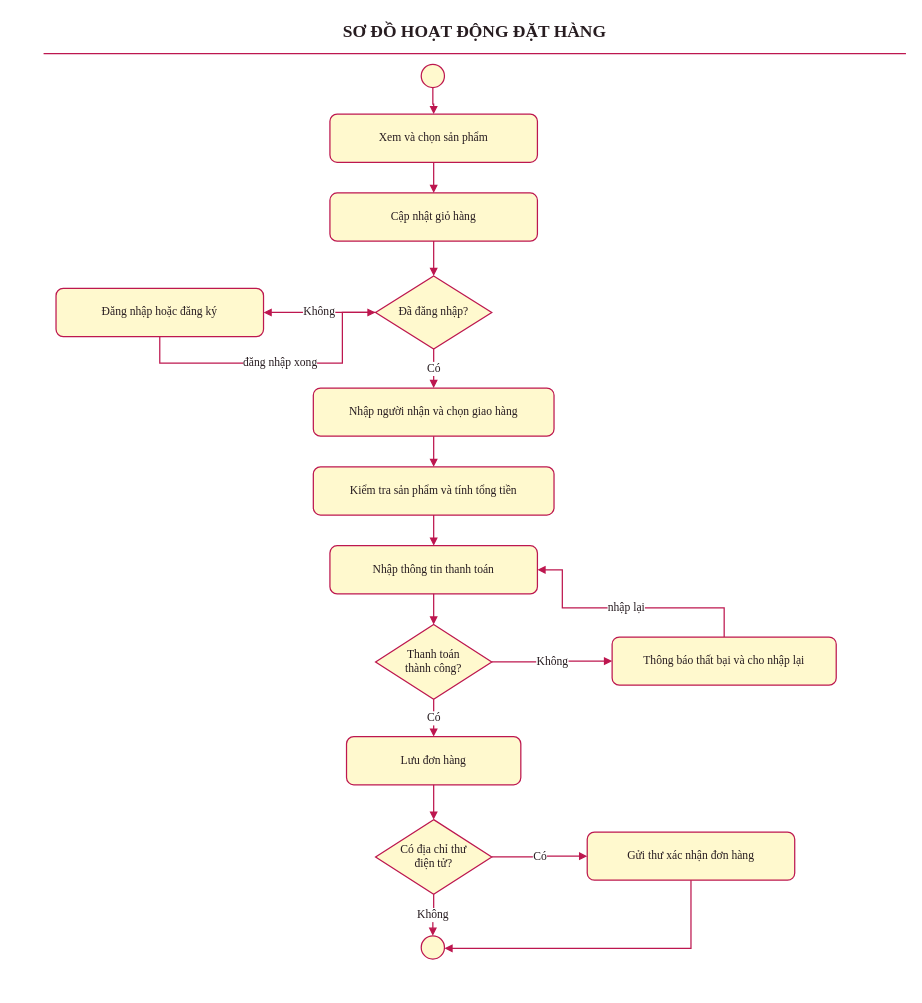
Above: page "04 Hoạt động đặt hàng" (4 of 6) of LAB_AT_OOSD/LAB04/ThietKe/PhamMInhGiang-12DHCNPM1-ThietKeLab04.drawio in 1250080044-PhamMinhGiang-12DHCNPM1/OOP-Lab (draw.io), before the change. Source tidied: cells renumbered, new cells numbered last; positions are measured from the earlier drawing's top-left corner, leaving out a move shared by most shapes. Both pictures are drawn from the tidied source at 83%, with x=0, y=0 at pixel (43, 14).
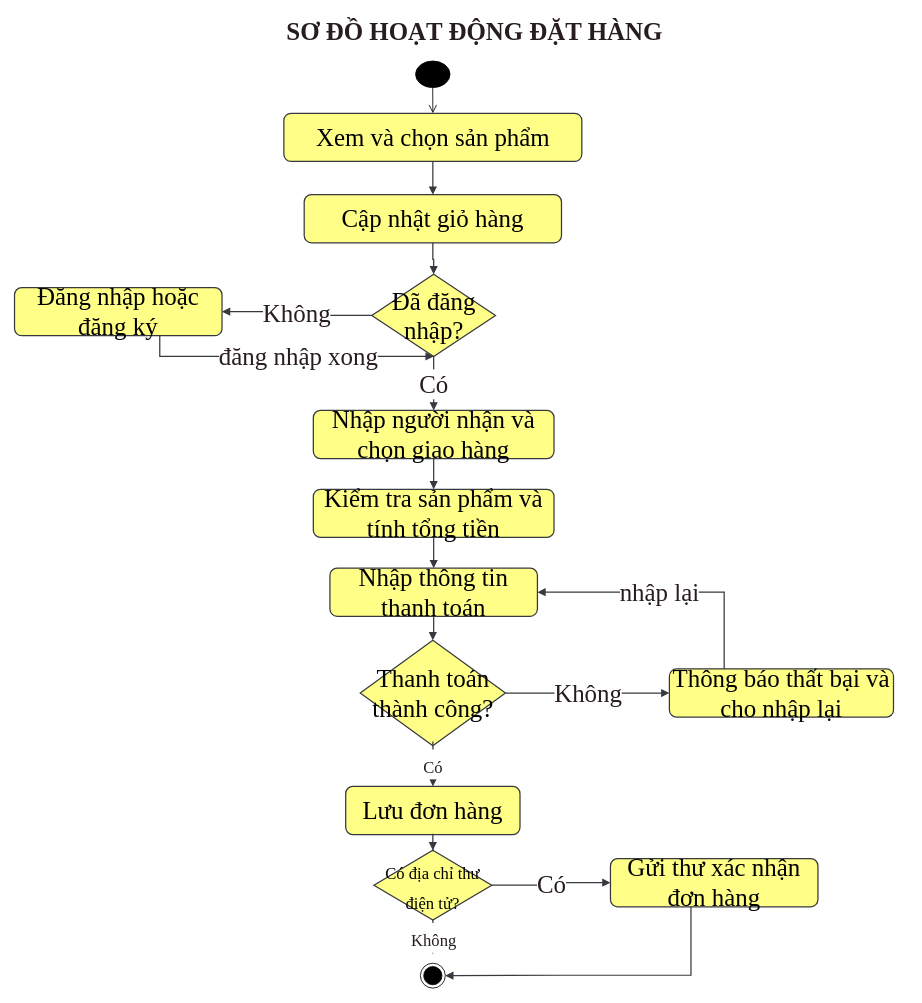
The same diagram, later.

Diff of the diagram source:
```diff
@@
-    <mxCell id="2" value="SƠ ĐỒ HOẠT ĐỘNG ĐẶT HÀNG" style="text;html=1;align=center;verticalAlign=middle;fontSize=21;fontStyle=1;fontFamily=Times New Roman;fontColor=#271C20;fillColor=none;strokeColor=none;" parent="1" vertex="1">
+    <mxCell id="2" value="SƠ ĐỒ HOẠT ĐỘNG ĐẶT HÀNG" style="text;html=1;align=center;verticalAlign=middle;fontSize=30;fontStyle=1;fontFamily=Times New Roman;fontColor=#271C20;fillColor=none;strokeColor=none;" parent="1" vertex="1">
       <mxGeometry x="239" width="560" height="40" as="geometry" />
     </mxCell>
-    <mxCell id="3" style="ellipse;html=1;fillColor=#FFF9CE;strokeColor=#BD174F;fontSize=14;fontFamily=Times New Roman;fontColor=#271C20;strokeWidth=1.5;" parent="1" vertex="1">
-      <mxGeometry x="455" y="60" width="28" height="28" as="geometry" />
-    </mxCell>
-    <mxCell id="4" value="Xem và chọn sản phẩm" style="rounded=1;whiteSpace=wrap;html=1;fillColor=#FFF9CE;strokeColor=#BD174F;fontSize=14;fontFamily=Times New Roman;fontColor=#271C20;strokeWidth=1.5;" parent="1" vertex="1">
-      <mxGeometry x="345" y="120" width="250" height="58" as="geometry" />
+    <mxCell id="4" value="Xem và chọn sản phẩm" style="rounded=1;whiteSpace=wrap;html=1;fontSize=30;fontFamily=Times New Roman;strokeWidth=1.5;fillColor=#ffff88;strokeColor=#36393d;" parent="1" vertex="1">
+      <mxGeometry x="289.5" y="119" width="359" height="58" as="geometry" />
     </mxCell>
-    <mxCell id="5" value="Cập nhật giỏ hàng" style="rounded=1;whiteSpace=wrap;html=1;fillColor=#FFF9CE;strokeColor=#BD174F;fontSize=14;fontFamily=Times New Roman;fontColor=#271C20;strokeWidth=1.5;" parent="1" vertex="1">
-      <mxGeometry x="345" y="215" width="250" height="58" as="geometry" />
+    <mxCell id="5" value="Cập nhật giỏ hàng" style="rounded=1;whiteSpace=wrap;html=1;fontSize=30;fontFamily=Times New Roman;strokeWidth=1.5;fillColor=#ffff88;strokeColor=#36393d;" parent="1" vertex="1">
+      <mxGeometry x="314" y="217" width="310" height="58" as="geometry" />
     </mxCell>
-    <mxCell id="6" value="Đã đăng nhập?" style="rhombus;whiteSpace=wrap;html=1;fillColor=#FFF9CE;strokeColor=#BD174F;fontSize=14;fontFamily=Times New Roman;fontColor=#271C20;strokeWidth=1.5;" parent="1" vertex="1">
-      <mxGeometry x="400" y="315" width="140" height="88" as="geometry" />
+    <mxCell id="6" value="Đã đăng nhập?" style="rhombus;whiteSpace=wrap;html=1;fontSize=30;fontFamily=Times New Roman;strokeWidth=1.5;fillColor=#ffff88;strokeColor=#36393d;" parent="1" vertex="1">
+      <mxGeometry x="395.5" y="313" width="149" height="99" as="geometry" />
     </mxCell>
-    <mxCell id="7" value="Đăng nhập hoặc đăng ký" style="rounded=1;whiteSpace=wrap;html=1;fillColor=#FFF9CE;strokeColor=#BD174F;fontSize=14;fontFamily=Times New Roman;fontColor=#271C20;strokeWidth=1.5;" parent="1" vertex="1">
-      <mxGeometry x="15" y="330" width="250" height="58" as="geometry" />
+    <mxCell id="7" value="Đăng nhập hoặc đăng ký" style="rounded=1;whiteSpace=wrap;html=1;fontSize=30;fontFamily=Times New Roman;strokeWidth=1.5;fillColor=#ffff88;strokeColor=#36393d;" parent="1" vertex="1">
+      <mxGeometry x="-35" y="329" width="250" height="58" as="geometry" />
     </mxCell>
-    <mxCell id="8" value="Nhập người nhận và chọn giao hàng" style="rounded=1;whiteSpace=wrap;html=1;fillColor=#FFF9CE;strokeColor=#BD174F;fontSize=14;fontFamily=Times New Roman;fontColor=#271C20;strokeWidth=1.5;" parent="1" vertex="1">
-      <mxGeometry x="325" y="450" width="290" height="58" as="geometry" />
+    <mxCell id="8" value="Nhập người nhận và chọn giao hàng" style="rounded=1;whiteSpace=wrap;html=1;fontSize=30;fontFamily=Times New Roman;strokeWidth=1.5;fillColor=#ffff88;strokeColor=#36393d;" parent="1" vertex="1">
+      <mxGeometry x="325" y="477" width="290" height="58" as="geometry" />
     </mxCell>
-    <mxCell id="9" value="Kiểm tra sản phẩm và tính tổng tiền" style="rounded=1;whiteSpace=wrap;html=1;fillColor=#FFF9CE;strokeColor=#BD174F;fontSize=14;fontFamily=Times New Roman;fontColor=#271C20;strokeWidth=1.5;" parent="1" vertex="1">
-      <mxGeometry x="325" y="545" width="290" height="58" as="geometry" />
+    <mxCell id="9" value="Kiểm tra sản phẩm và tính tổng tiền" style="rounded=1;whiteSpace=wrap;html=1;fontSize=30;fontFamily=Times New Roman;strokeWidth=1.5;fillColor=#ffff88;strokeColor=#36393d;" parent="1" vertex="1">
+      <mxGeometry x="325" y="572" width="290" height="58" as="geometry" />
     </mxCell>
-    <mxCell id="10" value="Nhập thông tin thanh toán" style="rounded=1;whiteSpace=wrap;html=1;fillColor=#FFF9CE;strokeColor=#BD174F;fontSize=14;fontFamily=Times New Roman;fontColor=#271C20;strokeWidth=1.5;" parent="1" vertex="1">
-      <mxGeometry x="345" y="640" width="250" height="58" as="geometry" />
+    <mxCell id="10" value="Nhập thông tin thanh toán" style="rounded=1;whiteSpace=wrap;html=1;fontSize=30;fontFamily=Times New Roman;strokeWidth=1.5;fillColor=#ffff88;strokeColor=#36393d;" parent="1" vertex="1">
+      <mxGeometry x="345" y="667" width="250" height="58" as="geometry" />
     </mxCell>
-    <mxCell id="11" value="Thanh toán&#10;thành công?" style="rhombus;whiteSpace=wrap;html=1;fillColor=#FFF9CE;strokeColor=#BD174F;fontSize=14;fontFamily=Times New Roman;fontColor=#271C20;strokeWidth=1.5;" parent="1" vertex="1">
-      <mxGeometry x="400" y="735" width="140" height="90" as="geometry" />
+    <mxCell id="11" value="Thanh toán&#10;thành công?" style="rhombus;whiteSpace=wrap;html=1;fontSize=30;fontFamily=Times New Roman;strokeWidth=1.5;fillColor=#ffff88;strokeColor=#36393d;" parent="1" vertex="1">
+      <mxGeometry x="381.5" y="754" width="175" height="127" as="geometry" />
     </mxCell>
-    <mxCell id="12" value="Thông báo thất bại và cho nhập lại" style="rounded=1;whiteSpace=wrap;html=1;fillColor=#FFF9CE;strokeColor=#BD174F;fontSize=14;fontFamily=Times New Roman;fontColor=#271C20;strokeWidth=1.5;" parent="1" vertex="1">
-      <mxGeometry x="685" y="750" width="270" height="58" as="geometry" />
+    <mxCell id="12" value="Thông báo thất bại và cho nhập lại" style="rounded=1;whiteSpace=wrap;html=1;fontSize=30;fontFamily=Times New Roman;strokeWidth=1.5;fillColor=#ffff88;strokeColor=#36393d;" parent="1" vertex="1">
+      <mxGeometry x="754" y="788.5" width="270" height="58" as="geometry" />
     </mxCell>
-    <mxCell id="13" value="Lưu đơn hàng" style="rounded=1;whiteSpace=wrap;html=1;fillColor=#FFF9CE;strokeColor=#BD174F;fontSize=14;fontFamily=Times New Roman;fontColor=#271C20;strokeWidth=1.5;" parent="1" vertex="1">
-      <mxGeometry x="365" y="870" width="210" height="58" as="geometry" />
+    <mxCell id="13" value="Lưu đơn hàng" style="rounded=1;whiteSpace=wrap;html=1;fontSize=30;fontFamily=Times New Roman;strokeWidth=1.5;fillColor=#ffff88;strokeColor=#36393d;" parent="1" vertex="1">
+      <mxGeometry x="364" y="930" width="210" height="58" as="geometry" />
     </mxCell>
-    <mxCell id="14" value="Có địa chỉ thư&#10;điện tử?" style="rhombus;whiteSpace=wrap;html=1;fillColor=#FFF9CE;strokeColor=#BD174F;fontSize=14;fontFamily=Times New Roman;fontColor=#271C20;strokeWidth=1.5;" parent="1" vertex="1">
-      <mxGeometry x="400" y="970" width="140" height="90" as="geometry" />
+    <mxCell id="14" value="&lt;font style=&quot;font-size: 20px;&quot;&gt;Có địa chỉ thư&lt;br&gt;điện tử?&lt;/font&gt;" style="rhombus;whiteSpace=wrap;html=1;fontSize=30;fontFamily=Times New Roman;strokeWidth=1.5;fillColor=#ffff88;strokeColor=#36393d;" parent="1" vertex="1">
+      <mxGeometry x="398" y="1007" width="142" height="84" as="geometry" />
     </mxCell>
-    <mxCell id="15" value="Gửi thư xác nhận đơn hàng" style="rounded=1;whiteSpace=wrap;html=1;fillColor=#FFF9CE;strokeColor=#BD174F;fontSize=14;fontFamily=Times New Roman;fontColor=#271C20;strokeWidth=1.5;" parent="1" vertex="1">
-      <mxGeometry x="655" y="985" width="250" height="58" as="geometry" />
+    <mxCell id="15" value="Gửi thư xác nhận đơn hàng" style="rounded=1;whiteSpace=wrap;html=1;fontSize=30;fontFamily=Times New Roman;strokeWidth=1.5;fillColor=#ffff88;strokeColor=#36393d;" parent="1" vertex="1">
+      <mxGeometry x="683" y="1017" width="250" height="58" as="geometry" />
     </mxCell>
-    <mxCell id="16" style="ellipse;html=1;fillColor=#FFF9CE;strokeColor=#BD174F;fontSize=14;fontFamily=Times New Roman;fontColor=#271C20;strokeWidth=1.5;" parent="1" vertex="1">
-      <mxGeometry x="455" y="1110" width="28" height="28" as="geometry" />
-    </mxCell>
-    <mxCell id="17" style="edgeStyle=orthogonalEdgeStyle;rounded=0;jettySize=auto;html=1;endArrow=block;endFill=1;fontSize=14;strokeColor=#BD174F;strokeWidth=1.5;fontFamily=Times New Roman;fontColor=#271C20;labelBackgroundColor=#FFFFFF;" parent="1" edge="1" source="3" target="4">
-      <mxGeometry relative="1" as="geometry" />
-    </mxCell>
-    <mxCell id="18" style="edgeStyle=orthogonalEdgeStyle;rounded=0;jettySize=auto;html=1;endArrow=block;endFill=1;fontSize=14;strokeColor=#BD174F;strokeWidth=1.5;fontFamily=Times New Roman;fontColor=#271C20;labelBackgroundColor=#FFFFFF;" parent="1" edge="1" source="4" target="5">
+    <mxCell id="18" style="edgeStyle=orthogonalEdgeStyle;rounded=0;jettySize=auto;html=1;endArrow=block;endFill=1;fontSize=30;strokeWidth=1.5;fontFamily=Times New Roman;fontColor=#271C20;labelBackgroundColor=#FFFFFF;fillColor=#ffff88;strokeColor=#36393d;" parent="1" edge="1" source="4" target="5">
       <mxGeometry relative="1" as="geometry" />
     </mxCell>
-    <mxCell id="19" style="edgeStyle=orthogonalEdgeStyle;rounded=0;jettySize=auto;html=1;endArrow=block;endFill=1;fontSize=14;strokeColor=#BD174F;strokeWidth=1.5;fontFamily=Times New Roman;fontColor=#271C20;labelBackgroundColor=#FFFFFF;" parent="1" edge="1" source="5" target="6">
+    <mxCell id="19" style="edgeStyle=orthogonalEdgeStyle;rounded=0;jettySize=auto;html=1;endArrow=block;endFill=1;fontSize=30;strokeWidth=1.5;fontFamily=Times New Roman;fontColor=#271C20;labelBackgroundColor=#FFFFFF;fillColor=#ffff88;strokeColor=#36393d;" parent="1" edge="1" source="5" target="6">
       <mxGeometry relative="1" as="geometry" />
     </mxCell>
-    <mxCell id="20" value="Không" style="edgeStyle=orthogonalEdgeStyle;rounded=0;jettySize=auto;html=1;endArrow=block;endFill=1;labelBackgroundColor=#FFFFFF;fontSize=14;strokeColor=#BD174F;strokeWidth=1.5;fontFamily=Times New Roman;fontColor=#271C20;" parent="1" edge="1" source="6" target="7">
+    <mxCell id="20" value="Không" style="edgeStyle=orthogonalEdgeStyle;rounded=0;jettySize=auto;html=1;endArrow=block;endFill=1;labelBackgroundColor=#FFFFFF;fontSize=30;strokeWidth=1.5;fontFamily=Times New Roman;fontColor=#271C20;fillColor=#ffff88;strokeColor=#36393d;" parent="1" edge="1" source="6" target="7">
       <mxGeometry relative="1" as="geometry" />
     </mxCell>
-    <mxCell id="21" value="đăng nhập xong" style="edgeStyle=orthogonalEdgeStyle;rounded=0;jettySize=auto;html=1;endArrow=block;endFill=1;labelBackgroundColor=#FFFFFF;fontSize=14;strokeColor=#BD174F;strokeWidth=1.5;fontFamily=Times New Roman;fontColor=#271C20;" parent="1" edge="1" source="7" target="6">
-      <mxGeometry relative="1" as="geometry">
+    <mxCell id="21" value="đăng nhập xong" style="edgeStyle=orthogonalEdgeStyle;rounded=0;jettySize=auto;html=1;endArrow=block;endFill=1;labelBackgroundColor=#FFFFFF;fontSize=30;strokeWidth=1.5;fontFamily=Times New Roman;fontColor=#271C20;fillColor=#ffff88;strokeColor=#36393d;entryX=0.5;entryY=1;entryDx=0;entryDy=0;" parent="1" edge="1" source="7" target="6">
+      <mxGeometry x="0.08" relative="1" as="geometry">
         <Array as="points">
-          <mxPoint x="140" y="420" />
-          <mxPoint x="360" y="420" />
-          <mxPoint x="360" y="359" />
+          <mxPoint x="140" y="412" />
         </Array>
       </mxGeometry>
     </mxCell>
-    <mxCell id="22" value="Có" style="edgeStyle=orthogonalEdgeStyle;rounded=0;jettySize=auto;html=1;endArrow=block;endFill=1;labelBackgroundColor=#FFFFFF;fontSize=14;strokeColor=#BD174F;strokeWidth=1.5;fontFamily=Times New Roman;fontColor=#271C20;" parent="1" edge="1" source="6" target="8">
+    <mxCell id="22" value="Có" style="edgeStyle=orthogonalEdgeStyle;rounded=0;jettySize=auto;html=1;endArrow=block;endFill=1;labelBackgroundColor=#FFFFFF;fontSize=30;strokeWidth=1.5;fontFamily=Times New Roman;fontColor=#271C20;fillColor=#ffff88;strokeColor=#36393d;" parent="1" edge="1" source="6" target="8">
       <mxGeometry relative="1" as="geometry" />
     </mxCell>
-    <mxCell id="23" style="edgeStyle=orthogonalEdgeStyle;rounded=0;jettySize=auto;html=1;endArrow=block;endFill=1;fontSize=14;strokeColor=#BD174F;strokeWidth=1.5;fontFamily=Times New Roman;fontColor=#271C20;labelBackgroundColor=#FFFFFF;" parent="1" edge="1" source="8" target="9">
+    <mxCell id="23" style="edgeStyle=orthogonalEdgeStyle;rounded=0;jettySize=auto;html=1;endArrow=block;endFill=1;fontSize=30;strokeWidth=1.5;fontFamily=Times New Roman;fontColor=#271C20;labelBackgroundColor=#FFFFFF;fillColor=#ffff88;strokeColor=#36393d;" parent="1" edge="1" source="8" target="9">
       <mxGeometry relative="1" as="geometry" />
     </mxCell>
-    <mxCell id="24" style="edgeStyle=orthogonalEdgeStyle;rounded=0;jettySize=auto;html=1;endArrow=block;endFill=1;fontSize=14;strokeColor=#BD174F;strokeWidth=1.5;fontFamily=Times New Roman;fontColor=#271C20;labelBackgroundColor=#FFFFFF;" parent="1" edge="1" source="9" target="10">
+    <mxCell id="24" style="edgeStyle=orthogonalEdgeStyle;rounded=0;jettySize=auto;html=1;endArrow=block;endFill=1;fontSize=30;strokeWidth=1.5;fontFamily=Times New Roman;fontColor=#271C20;labelBackgroundColor=#FFFFFF;fillColor=#ffff88;strokeColor=#36393d;" parent="1" edge="1" source="9" target="10">
       <mxGeometry relative="1" as="geometry" />
     </mxCell>
-    <mxCell id="25" style="edgeStyle=orthogonalEdgeStyle;rounded=0;jettySize=auto;html=1;endArrow=block;endFill=1;fontSize=14;strokeColor=#BD174F;strokeWidth=1.5;fontFamily=Times New Roman;fontColor=#271C20;labelBackgroundColor=#FFFFFF;" parent="1" edge="1" source="10" target="11">
+    <mxCell id="25" style="edgeStyle=orthogonalEdgeStyle;rounded=0;jettySize=auto;html=1;endArrow=block;endFill=1;fontSize=30;strokeWidth=1.5;fontFamily=Times New Roman;fontColor=#271C20;labelBackgroundColor=#FFFFFF;fillColor=#ffff88;strokeColor=#36393d;" parent="1" edge="1" source="10" target="11">
       <mxGeometry relative="1" as="geometry" />
     </mxCell>
-    <mxCell id="26" value="Không" style="edgeStyle=orthogonalEdgeStyle;rounded=0;jettySize=auto;html=1;endArrow=block;endFill=1;labelBackgroundColor=#FFFFFF;fontSize=14;strokeColor=#BD174F;strokeWidth=1.5;fontFamily=Times New Roman;fontColor=#271C20;" parent="1" edge="1" source="11" target="12">
+    <mxCell id="26" value="Không" style="edgeStyle=orthogonalEdgeStyle;rounded=0;jettySize=auto;html=1;endArrow=block;endFill=1;labelBackgroundColor=#FFFFFF;fontSize=30;strokeWidth=1.5;fontFamily=Times New Roman;fontColor=#271C20;fillColor=#ffff88;strokeColor=#36393d;" parent="1" edge="1" source="11" target="12">
       <mxGeometry relative="1" as="geometry" />
     </mxCell>
-    <mxCell id="27" value="nhập lại" style="edgeStyle=orthogonalEdgeStyle;rounded=0;jettySize=auto;html=1;endArrow=block;endFill=1;labelBackgroundColor=#FFFFFF;fontSize=14;strokeColor=#BD174F;strokeWidth=1.5;fontFamily=Times New Roman;fontColor=#271C20;" parent="1" edge="1" source="12" target="10">
-      <mxGeometry relative="1" as="geometry">
+    <mxCell id="27" value="nhập lại" style="edgeStyle=orthogonalEdgeStyle;rounded=0;jettySize=auto;html=1;endArrow=block;endFill=1;labelBackgroundColor=#FFFFFF;fontSize=30;strokeWidth=1.5;fontFamily=Times New Roman;fontColor=#271C20;fillColor=#ffff88;strokeColor=#36393d;entryX=1;entryY=0.5;entryDx=0;entryDy=0;" parent="1" edge="1" source="12" target="10">
+      <mxGeometry x="0.08" relative="1" as="geometry">
         <Array as="points">
-          <mxPoint x="820" y="715" />
-          <mxPoint x="625" y="715" />
-          <mxPoint x="625" y="669" />
+          <mxPoint x="820" y="696" />
         </Array>
       </mxGeometry>
     </mxCell>
-    <mxCell id="28" value="Có" style="edgeStyle=orthogonalEdgeStyle;rounded=0;jettySize=auto;html=1;endArrow=block;endFill=1;labelBackgroundColor=#FFFFFF;fontSize=14;strokeColor=#BD174F;strokeWidth=1.5;fontFamily=Times New Roman;fontColor=#271C20;" parent="1" edge="1" source="11" target="13">
-      <mxGeometry relative="1" as="geometry" />
+    <mxCell id="28" value="&lt;font style=&quot;font-size: 20px;&quot;&gt;Có&lt;/font&gt;" style="edgeStyle=orthogonalEdgeStyle;rounded=0;jettySize=auto;html=1;endArrow=block;endFill=1;labelBackgroundColor=#FFFFFF;fontSize=30;strokeWidth=1.5;fontFamily=Times New Roman;fontColor=#271C20;fillColor=#ffff88;strokeColor=#36393d;entryX=0.5;entryY=0;entryDx=0;entryDy=0;" parent="1" edge="1" target="13">
+      <mxGeometry relative="1" as="geometry">
+        <mxPoint x="469" y="876" as="sourcePoint" />
+      </mxGeometry>
     </mxCell>
-    <mxCell id="29" style="edgeStyle=orthogonalEdgeStyle;rounded=0;jettySize=auto;html=1;endArrow=block;endFill=1;fontSize=14;strokeColor=#BD174F;strokeWidth=1.5;fontFamily=Times New Roman;fontColor=#271C20;labelBackgroundColor=#FFFFFF;" parent="1" edge="1" source="13" target="14">
+    <mxCell id="29" style="edgeStyle=orthogonalEdgeStyle;rounded=0;jettySize=auto;html=1;endArrow=block;endFill=1;fontSize=30;strokeWidth=1.5;fontFamily=Times New Roman;fontColor=#271C20;labelBackgroundColor=#FFFFFF;fillColor=#ffff88;strokeColor=#36393d;" parent="1" edge="1" source="13" target="14">
       <mxGeometry relative="1" as="geometry" />
     </mxCell>
-    <mxCell id="30" value="Có" style="edgeStyle=orthogonalEdgeStyle;rounded=0;jettySize=auto;html=1;endArrow=block;endFill=1;labelBackgroundColor=#FFFFFF;fontSize=14;strokeColor=#BD174F;strokeWidth=1.5;fontFamily=Times New Roman;fontColor=#271C20;" parent="1" edge="1" source="14" target="15">
+    <mxCell id="30" value="Có" style="edgeStyle=orthogonalEdgeStyle;rounded=0;jettySize=auto;html=1;endArrow=block;endFill=1;labelBackgroundColor=#FFFFFF;fontSize=30;strokeWidth=1.5;fontFamily=Times New Roman;fontColor=#271C20;fillColor=#ffff88;strokeColor=#36393d;" parent="1" edge="1" source="14" target="15">
       <mxGeometry relative="1" as="geometry" />
     </mxCell>
-    <mxCell id="31" style="edgeStyle=orthogonalEdgeStyle;rounded=0;jettySize=auto;html=1;endArrow=block;endFill=1;fontSize=14;strokeColor=#BD174F;strokeWidth=1.5;fontFamily=Times New Roman;fontColor=#271C20;labelBackgroundColor=#FFFFFF;" parent="1" edge="1" source="15" target="16">
-      <mxGeometry relative="1" as="geometry">
+    <mxCell id="31" style="edgeStyle=orthogonalEdgeStyle;rounded=0;jettySize=auto;html=1;endArrow=block;endFill=1;fontSize=30;strokeWidth=1.5;fontFamily=Times New Roman;fontColor=#271C20;labelBackgroundColor=#FFFFFF;fillColor=#ffff88;strokeColor=#36393d;entryX=1;entryY=0.5;entryDx=0;entryDy=0;" parent="1" edge="1" source="15" target="36">
+      <mxGeometry x="0.02" relative="1" as="geometry">
         <Array as="points">
-          <mxPoint x="780" y="1125" />
+          <mxPoint x="780" y="1157.5" />
+          <mxPoint x="619.2" y="1157.5" />
         </Array>
       </mxGeometry>
     </mxCell>
-    <mxCell id="32" value="Không" style="edgeStyle=orthogonalEdgeStyle;rounded=0;jettySize=auto;html=1;endArrow=block;endFill=1;labelBackgroundColor=#FFFFFF;fontSize=14;strokeColor=#BD174F;strokeWidth=1.5;fontFamily=Times New Roman;fontColor=#271C20;" parent="1" edge="1" source="14" target="16">
-      <mxGeometry relative="1" as="geometry" />
+    <mxCell id="32" value="&lt;font style=&quot;font-size: 20px;&quot;&gt;Không&lt;/font&gt;" style="edgeStyle=orthogonalEdgeStyle;rounded=0;jettySize=auto;html=1;endArrow=block;endFill=1;labelBackgroundColor=#FFFFFF;fontSize=30;strokeWidth=1.5;fontFamily=Times New Roman;fontColor=#271C20;fillColor=#ffff88;strokeColor=#36393d;" parent="1" edge="1" source="14">
+      <mxGeometry relative="1" as="geometry">
+        <mxPoint x="469" y="1132" as="targetPoint" />
+      </mxGeometry>
     </mxCell>
-    <mxCell id="33" style="edgeStyle=none;html=1;strokeColor=#BD174F;strokeWidth=1.5;endArrow=none;fontFamily=Times New Roman;fontColor=#271C20;labelBackgroundColor=#FFFFFF;fontSize=13;" parent="1" edge="1">
-      <mxGeometry relative="1" as="geometry">
-        <mxPoint y="47" as="sourcePoint" />
-        <mxPoint x="1039" y="47" as="targetPoint" />
-      </mxGeometry>
-    </mxCell>
+    <mxCell id="34" style="ellipse;html=1;shape=startState;fillColor=#000000;strokeColor=default;" parent="1" vertex="1">
+      <mxGeometry x="444.2" y="52" width="49.5" height="40" as="geometry" />
+    </mxCell>
+    <mxCell id="35" style="html=1;verticalAlign=bottom;endArrow=open;endSize=8;strokeColor=default;rounded=0;defaultLabelBackgroundColor=page;exitX=0.498;exitY=0.829;exitDx=0;exitDy=0;exitPerimeter=0;entryX=0.5;entryY=0;entryDx=0;entryDy=0;" parent="1" edge="1" source="34" target="4">
+      <mxGeometry relative="1" as="geometry" />
+    </mxCell>
+    <mxCell id="36" style="ellipse;html=1;shape=endState;fillColor=#000000;strokeColor=default;" parent="1" vertex="1">
+      <mxGeometry x="454" y="1143" width="30" height="30" as="geometry" />
+    </mxCell>
```
